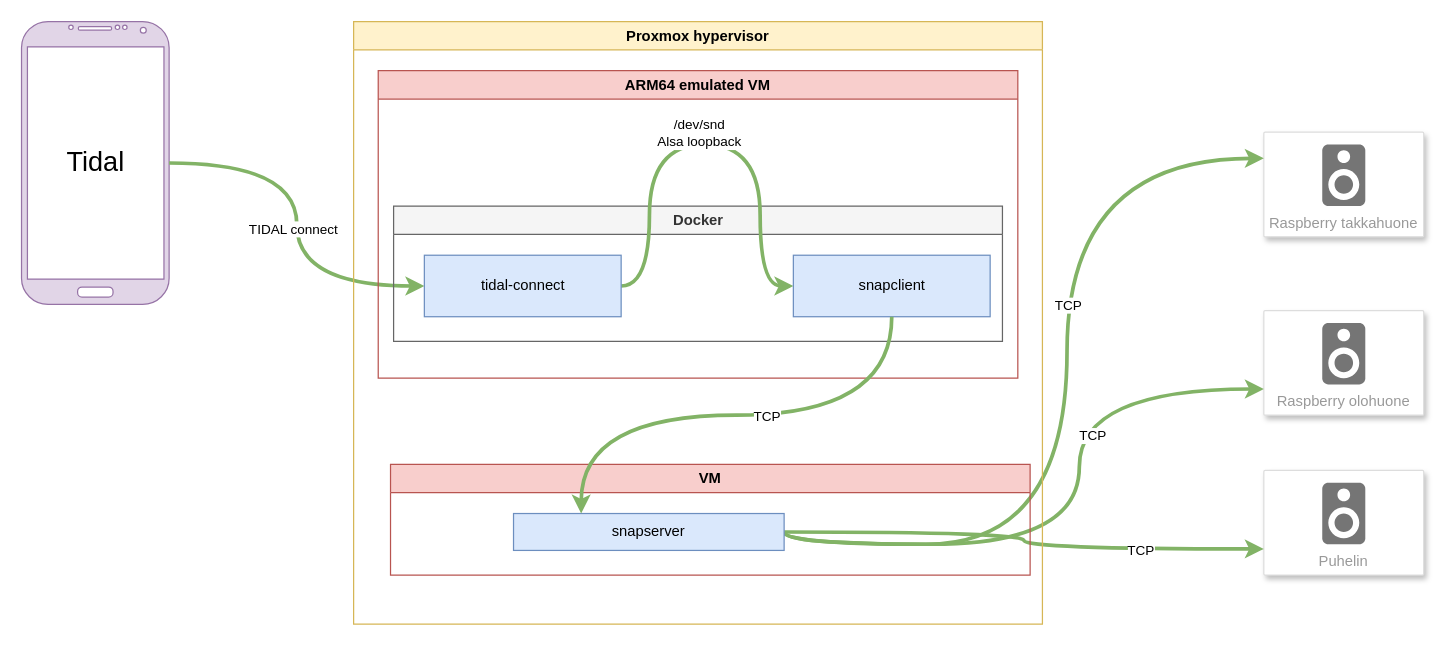
The draw.io diagram img/tidal-connect-snapclient.drawio in moskakos/tidal-connect-docker, before the edit. Source tidied: cells renumbered, new cells numbered last; positions are measured from the earlier drawing's top-left corner, leaving out a move shared by most shapes. Both pictures are drawn from the tidied source at 123%, with x=0, y=0 at pixel (21, 21).
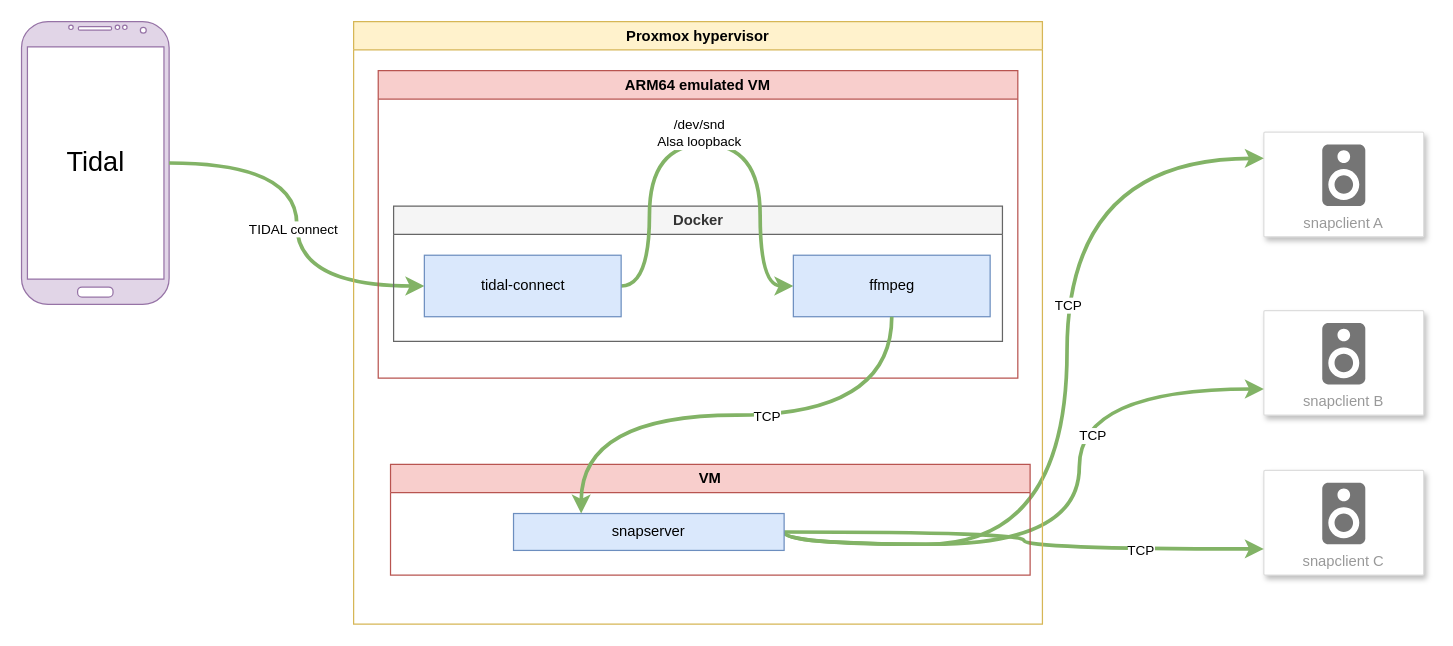
Above is the later version.

Unchanged cells that the change refers to:
```xml
<mxCell id="20" value="&lt;div&gt;Docker&lt;/div&gt;" style="swimlane;whiteSpace=wrap;html=1;fillColor=#f5f5f5;fontColor=#333333;strokeColor=#666666;" parent="19" vertex="1">
  <mxGeometry x="12.5" y="110" width="495" height="110" as="geometry" />
</mxCell>
```

What changed in the source:
```diff
@@
-    <mxCell id="4" value="&lt;div&gt;Raspberry takkahuone&lt;/div&gt;" style="fillColor=#ffffff;strokeColor=#dddddd;shadow=1;strokeWidth=1;rounded=1;absoluteArcSize=1;arcSize=2;labelPosition=center;verticalLabelPosition=middle;align=center;verticalAlign=bottom;spacingLeft=0;fontColor=#999999;fontSize=12;whiteSpace=wrap;spacingBottom=2;html=1;" parent="1" vertex="1">
+    <mxCell id="4" value="snapclient A" style="fillColor=#ffffff;strokeColor=#dddddd;shadow=1;strokeWidth=1;rounded=1;absoluteArcSize=1;arcSize=2;labelPosition=center;verticalLabelPosition=middle;align=center;verticalAlign=bottom;spacingLeft=0;fontColor=#999999;fontSize=12;whiteSpace=wrap;spacingBottom=2;html=1;" parent="1" vertex="1">
       <mxGeometry x="1010" y="90" width="130" height="85" as="geometry" />
     </mxCell>
@@
-    <mxCell id="6" value="Raspberry olohuone" style="fillColor=#ffffff;strokeColor=#dddddd;shadow=1;strokeWidth=1;rounded=1;absoluteArcSize=1;arcSize=2;labelPosition=center;verticalLabelPosition=middle;align=center;verticalAlign=bottom;spacingLeft=0;fontColor=#999999;fontSize=12;whiteSpace=wrap;spacingBottom=2;html=1;" parent="1" vertex="1">
+    <mxCell id="6" value="snapclient B" style="fillColor=#ffffff;strokeColor=#dddddd;shadow=1;strokeWidth=1;rounded=1;absoluteArcSize=1;arcSize=2;labelPosition=center;verticalLabelPosition=middle;align=center;verticalAlign=bottom;spacingLeft=0;fontColor=#999999;fontSize=12;whiteSpace=wrap;spacingBottom=2;html=1;" parent="1" vertex="1">
       <mxGeometry x="1010" y="235" width="130" height="85" as="geometry" />
     </mxCell>
@@
-    <mxCell id="8" value="Puhelin" style="fillColor=#ffffff;strokeColor=#dddddd;shadow=1;strokeWidth=1;rounded=1;absoluteArcSize=1;arcSize=2;labelPosition=center;verticalLabelPosition=middle;align=center;verticalAlign=bottom;spacingLeft=0;fontColor=#999999;fontSize=12;whiteSpace=wrap;spacingBottom=2;html=1;" parent="1" vertex="1">
+    <mxCell id="8" value="snapclient C" style="fillColor=#ffffff;strokeColor=#dddddd;shadow=1;strokeWidth=1;rounded=1;absoluteArcSize=1;arcSize=2;labelPosition=center;verticalLabelPosition=middle;align=center;verticalAlign=bottom;spacingLeft=0;fontColor=#999999;fontSize=12;whiteSpace=wrap;spacingBottom=2;html=1;" parent="1" vertex="1">
       <mxGeometry x="1010" y="365" width="130" height="85" as="geometry" />
     </mxCell>
@@
-    <mxCell id="25" value="snapclient" style="rounded=0;whiteSpace=wrap;html=1;fillColor=#dae8fc;strokeColor=#6c8ebf;" parent="20" vertex="1">
+    <mxCell id="25" value="ffmpeg" style="rounded=0;whiteSpace=wrap;html=1;fillColor=#dae8fc;strokeColor=#6c8ebf;" parent="20" vertex="1">
       <mxGeometry x="325" y="40" width="160" height="50" as="geometry" />
     </mxCell>
```
